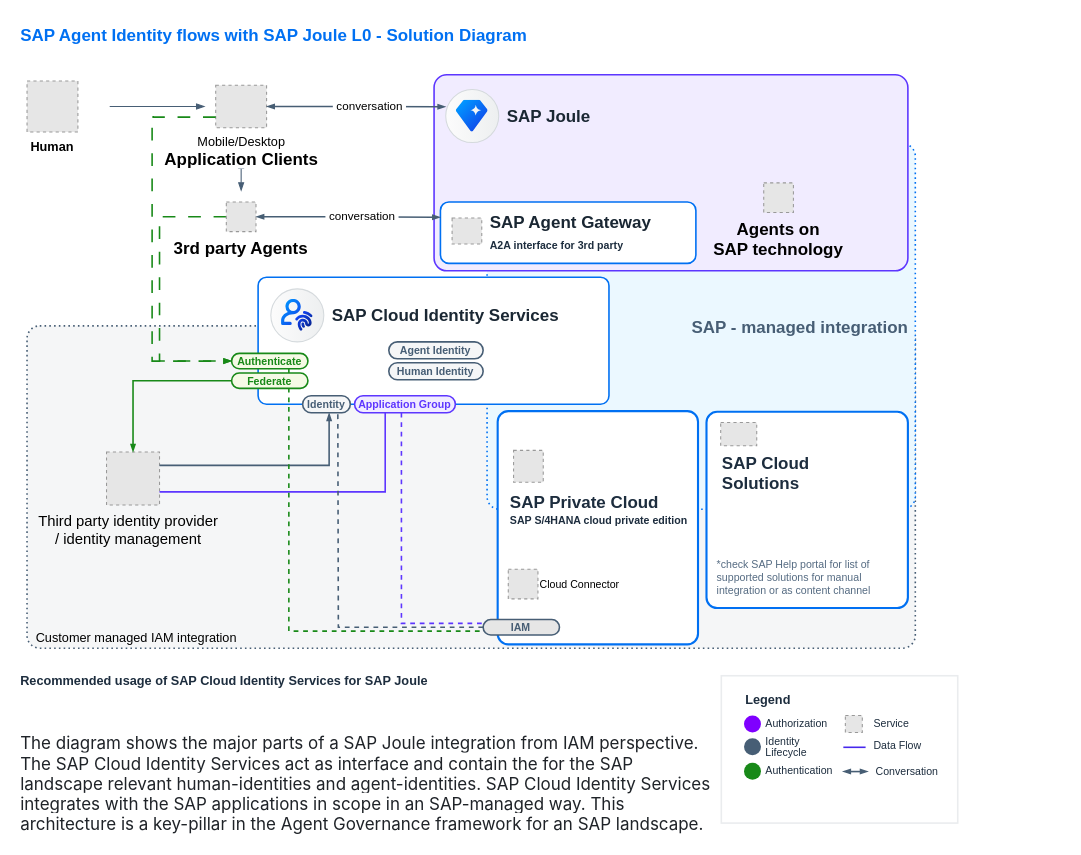
Above: docs/ref-arch/RA0029/8-ai-agent-identity/drawio/agent-identity-l0.drawio in SAP/architecture-center (draw.io), before the change. Source tidied: cells renumbered, new cells numbered last; positions are measured from the earlier drawing's top-left corner, leaving out a move shared by most shapes. Both pictures are drawn from the tidied source at 106%, with x=0, y=0 at pixel (18, 18). Pictures stored in the file or linked from it are replaced by grey dashed boxes.
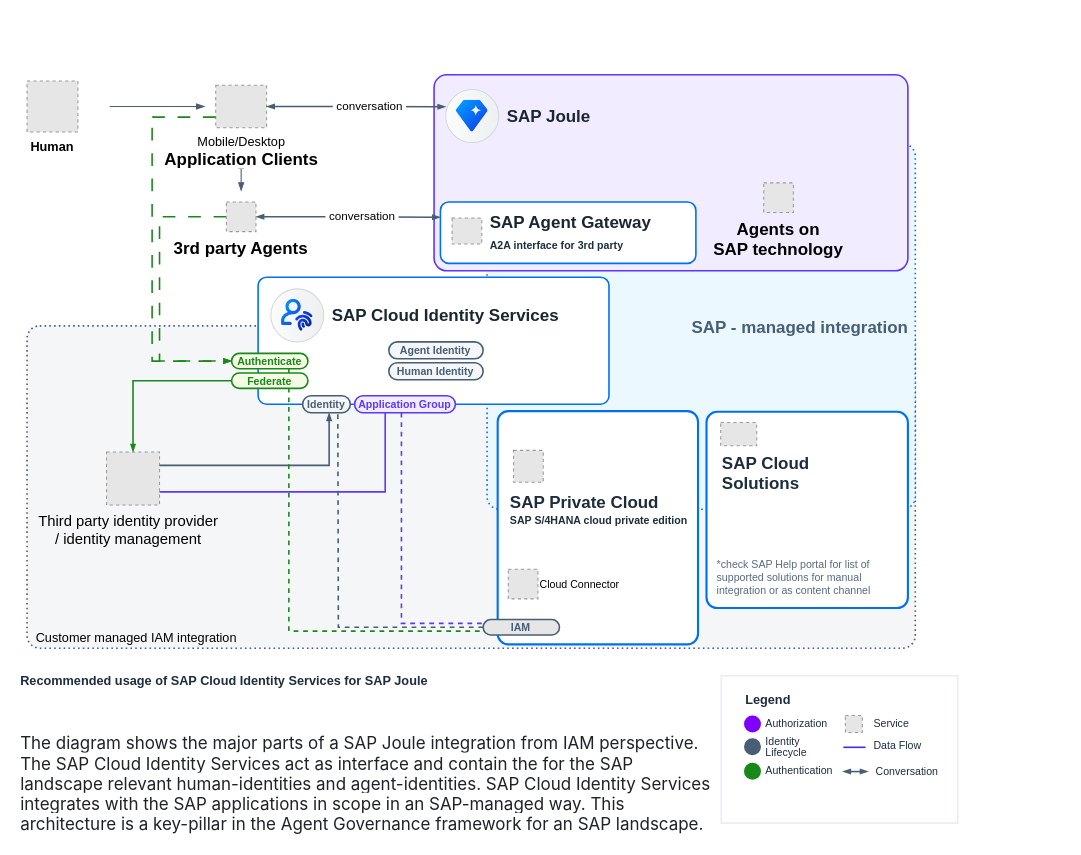
After the change.

Change to the diagram source:
```diff
@@
-    <mxCell id="20" value="&lt;b style=&quot;border-color: var(--border-color); color: rgb(0, 112, 242); font-size: 16px;&quot;&gt;SAP Agent Identity flows with SAP Joule L0&amp;nbsp;&lt;b style=&quot;border-color: var(--border-color); font-family: arial;&quot;&gt;- Solution Diagram&lt;/b&gt;&lt;br&gt;&lt;/b&gt;" style="text;html=1;align=left;verticalAlign=middle;strokeColor=none;fillColor=none;fontSize=12;fontColor=#1d2d3e;fontFamily=Helvetica;" parent="1" vertex="1">
-      <mxGeometry width="496" height="31" as="geometry" />
-    </mxCell>
```
